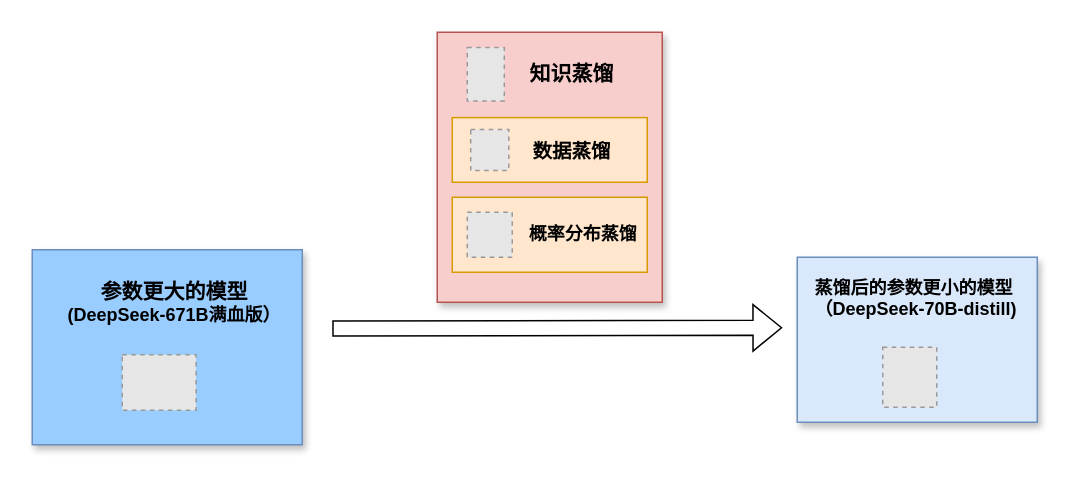
Earlier version of the draw.io diagram assets/知识蒸馏.drawio (ShizhongP/dl-notes). Source tidied: cells renumbered, new cells numbered last; positions are measured from the earlier drawing's top-left corner, leaving out a move shared by most shapes. Both pictures are drawn from the tidied source at 150%, with x=0, y=0 at pixel (32, 32). Pictures stored in the file or linked from it are replaced by grey dashed boxes.
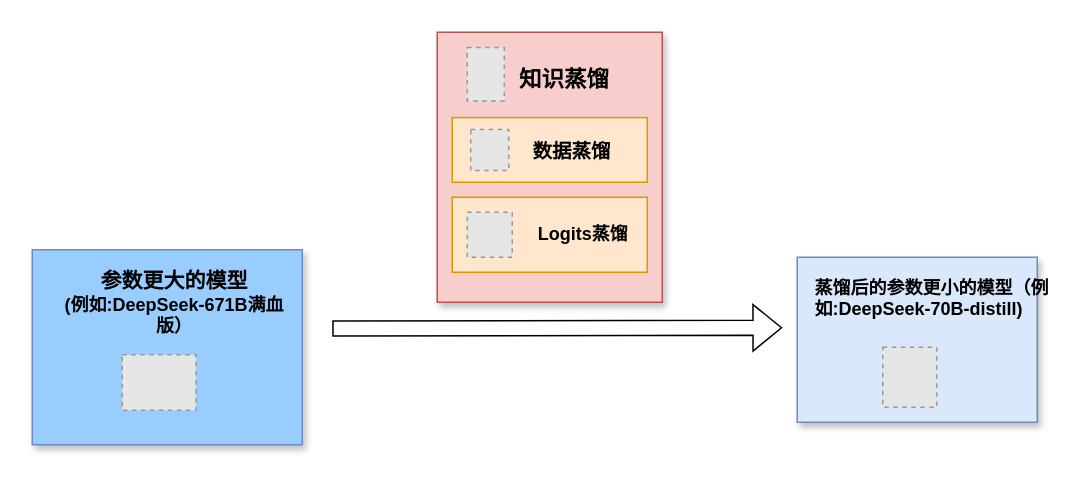
The same page after the edit.

Commit message:
更新知识蒸馏.drawio

Diff of the diagram source:
```diff
@@
 <mxGraphModel>
   <root>
     <mxCell id="0" />
     <mxCell id="1" parent="0" />
     <mxCell id="2" style="rounded=0;whiteSpace=wrap;html=1;fillColor=#99CCFF;strokeColor=#6c8ebf;shadow=1;" parent="1" vertex="1">
       <mxGeometry y="145" width="180" height="130" as="geometry" />
     </mxCell>
     <mxCell id="3" style="rounded=0;whiteSpace=wrap;html=1;fillColor=#f8cecc;strokeColor=#b85450;shadow=1;" parent="1" vertex="1">
       <mxGeometry x="270" width="150" height="180" as="geometry" />
     </mxCell>
     <mxCell id="4" style="fillColor=#E6E6E6;strokeColor=#999999;dashed=1;verticalLabelPosition=bottom;labelBackgroundColor=default;verticalAlign=top;" parent="1" vertex="1">
       <mxGeometry x="290" y="10.2" width="24.7" height="35.6" as="geometry" />
     </mxCell>
-    <mxCell id="5" value="&lt;b&gt;&lt;font style=&quot;font-size: 14px;&quot;&gt;知识蒸馏&lt;/font&gt;&lt;/b&gt;" style="text;html=1;align=center;verticalAlign=middle;whiteSpace=wrap;rounded=0;" parent="1" vertex="1">
-      <mxGeometry x="330" y="13" width="60" height="30" as="geometry" />
+    <mxCell id="5" value="&lt;font style=&quot;font-size: 15px;&quot;&gt;&lt;b&gt;&lt;font&gt;知识蒸馏&lt;/font&gt;&lt;/b&gt;&lt;/font&gt;" style="text;html=1;align=center;verticalAlign=middle;whiteSpace=wrap;rounded=0;" parent="1" vertex="1">
+      <mxGeometry x="320" y="15.8" width="70" height="30" as="geometry" />
     </mxCell>
     <mxCell id="6" style="rounded=0;whiteSpace=wrap;html=1;fillColor=#dae8fc;strokeColor=#6c8ebf;shadow=1;" parent="1" vertex="1">
       <mxGeometry x="510" y="150" width="160" height="110" as="geometry" />
     </mxCell>
     <mxCell id="7" style="shape=flexArrow;endArrow=classic;html=1;rounded=0;" parent="1" edge="1">
       <mxGeometry relative="1" as="geometry">
         <mxPoint x="200" y="197.5" as="sourcePoint" />
         <mxPoint x="500" y="197" as="targetPoint" />
       </mxGeometry>
     </mxCell>
     <mxCell id="8" style="rounded=0;whiteSpace=wrap;html=1;fillColor=#ffe6cc;strokeColor=#d79b00;" parent="1" vertex="1">
       <mxGeometry x="280" y="56.9" width="130" height="43.1" as="geometry" />
     </mxCell>
     <mxCell id="9" style="rounded=0;whiteSpace=wrap;html=1;fillColor=#ffe6cc;strokeColor=#d79b00;" parent="1" vertex="1">
       <mxGeometry x="280" y="110" width="130" height="50" as="geometry" />
     </mxCell>
-    <mxCell id="10" value="&lt;div&gt;&lt;b&gt;&lt;span style=&quot;color: rgb(0, 0, 0);&quot;&gt;&lt;font style=&quot;font-size: 14px;&quot;&gt;参数更大的模型&lt;/font&gt;&lt;/span&gt;&lt;br&gt;&lt;/b&gt;&lt;/div&gt;&lt;div&gt;&lt;b&gt;(DeepSeek-671B满血版）&lt;/b&gt;&lt;/div&gt;" style="text;html=1;align=center;verticalAlign=middle;whiteSpace=wrap;rounded=0;" parent="1" vertex="1">
+    <mxCell id="10" value="&lt;div&gt;&lt;b&gt;&lt;span style=&quot;color: rgb(0, 0, 0);&quot;&gt;&lt;font style=&quot;font-size: 14px;&quot;&gt;参数更大的模型&lt;/font&gt;&lt;/span&gt;&lt;br&gt;&lt;/b&gt;&lt;/div&gt;&lt;div&gt;&lt;b&gt;(例如:DeepSeek-671B满血版）&lt;/b&gt;&lt;/div&gt;" style="text;html=1;align=center;verticalAlign=middle;whiteSpace=wrap;rounded=0;" parent="1" vertex="1">
       <mxGeometry x="15" y="160" width="160" height="40" as="geometry" />
     </mxCell>
     <mxCell id="11" style="fillColor=#E6E6E6;strokeColor=#999999;dashed=1;verticalLabelPosition=bottom;labelBackgroundColor=default;verticalAlign=top;" parent="1" vertex="1">
       <mxGeometry x="60" y="215" width="49.2" height="37" as="geometry" />
     </mxCell>
     <mxCell id="12" style="fillColor=#E6E6E6;strokeColor=#999999;dashed=1;verticalLabelPosition=bottom;labelBackgroundColor=default;verticalAlign=top;" parent="1" vertex="1">
       <mxGeometry x="290" y="120" width="30" height="30" as="geometry" />
     </mxCell>
-    <mxCell id="13" value="&lt;b&gt;概率分布蒸馏&lt;/b&gt;" style="text;html=1;align=center;verticalAlign=middle;whiteSpace=wrap;rounded=0;" parent="1" vertex="1">
+    <mxCell id="13" value="&lt;b&gt;Logits蒸馏&lt;/b&gt;" style="text;html=1;align=center;verticalAlign=middle;whiteSpace=wrap;rounded=0;" parent="1" vertex="1">
       <mxGeometry x="320" y="110" width="95" height="50" as="geometry" />
     </mxCell>
     <mxCell id="14" style="fillColor=#E6E6E6;strokeColor=#999999;dashed=1;verticalLabelPosition=bottom;labelBackgroundColor=default;verticalAlign=top;" parent="1" vertex="1">
       <mxGeometry x="292.3" y="64.9" width="25.4" height="27.2" as="geometry" />
     </mxCell>
     <mxCell id="15" value="&lt;b&gt;&lt;font style=&quot;font-size: 13px;&quot;&gt;数据蒸馏&lt;/font&gt;&lt;/b&gt;" style="text;html=1;align=center;verticalAlign=middle;whiteSpace=wrap;rounded=0;" parent="1" vertex="1">
       <mxGeometry x="330" y="63.5" width="60" height="30" as="geometry" />
     </mxCell>
     <mxCell id="16" style="fillColor=#E6E6E6;strokeColor=#999999;dashed=1;verticalLabelPosition=bottom;labelBackgroundColor=default;verticalAlign=top;" parent="1" vertex="1">
       <mxGeometry x="567" y="210" width="36" height="40" as="geometry" />
     </mxCell>
-    <mxCell id="17" value="&lt;b&gt;蒸馏后的参数更小的模型（DeepSeek-70B-distill)&lt;/b&gt;" style="text;whiteSpace=wrap;html=1;" parent="1" vertex="1">
+    <mxCell id="17" value="&lt;b&gt;蒸馏后的参数更小的模型（例如:DeepSeek-70B-distill)&lt;/b&gt;" style="text;whiteSpace=wrap;html=1;" parent="1" vertex="1">
       <mxGeometry x="520" y="156.9" width="160" height="40" as="geometry" />
     </mxCell>
   </root>
 </mxGraphModel>
```
